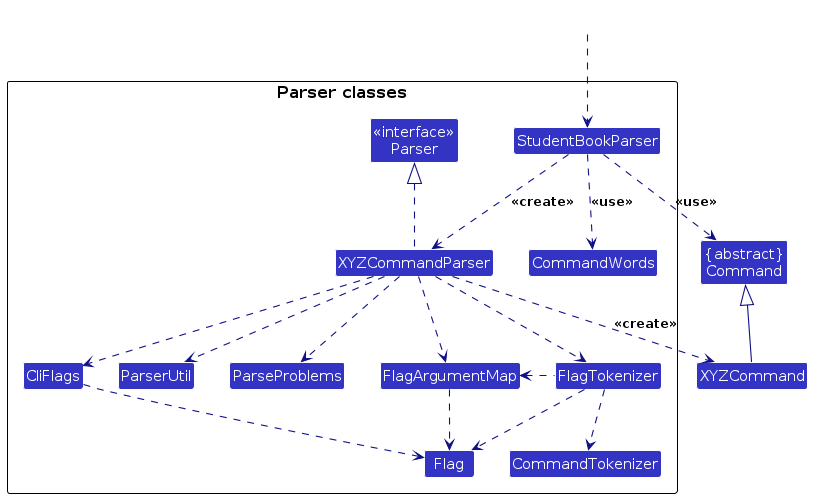
Before: diagrams/ParserClasses.png, a diagram exported from PlantUML (AY2627S1-CS2103T-T16-1/tp). Its source is kept beside it as diagrams/ParserClasses.puml. Its diagram source:
```plantuml
@startuml
!include style.puml
skinparam arrowThickness 1.1
skinparam arrowColor LOGIC_COLOR_T4
skinparam classBackgroundColor LOGIC_COLOR

Class "{abstract}\nCommand" as Command
Class XYZCommand

package "Parser classes"{
Class "<<interface>>\nParser" as Parser
Class StudentBookParser
Class XYZCommandParser
Class CliFlags
Class ParserUtil
Class FlagArgumentMap
Class FlagTokenizer
Class CommandTokenizer
Class Flag
Class CommandWords
Class ParseProblems
}

Class HiddenOutside #FFFFFF
HiddenOutside ..> StudentBookParser

StudentBookParser .down.> XYZCommandParser: <<create>>
StudentBookParser ..> CommandWords : <<use>>

XYZCommandParser ..> XYZCommand : <<create>>
StudentBookParser ..> Command : <<use>>
XYZCommandParser .up.|> Parser
XYZCommandParser ..> FlagArgumentMap
XYZCommandParser ..> FlagTokenizer
FlagTokenizer .left.> FlagArgumentMap
FlagTokenizer ..> CommandTokenizer
XYZCommandParser ..> CliFlags
CliFlags ..> Flag
XYZCommandParser ..> ParserUtil
XYZCommandParser ..> ParseProblems
FlagArgumentMap .down.> Flag
FlagTokenizer .down.> Flag
XYZCommand -up-|> Command
@enduml
```
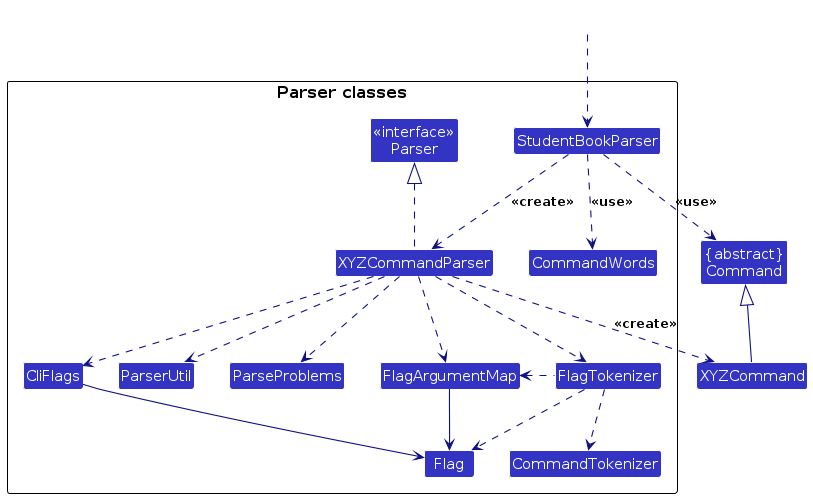
Above is the later version.

What changed in the source:
```diff
@@ -35,10 +35,10 @@
 FlagTokenizer .left.> FlagArgumentMap
 FlagTokenizer ..> CommandTokenizer
 XYZCommandParser ..> CliFlags
-CliFlags ..> Flag
+CliFlags --> Flag
 XYZCommandParser ..> ParserUtil
 XYZCommandParser ..> ParseProblems
-FlagArgumentMap .down.> Flag
+FlagArgumentMap -down-> Flag
 FlagTokenizer .down.> Flag
 XYZCommand -up-|> Command
 @enduml
```
